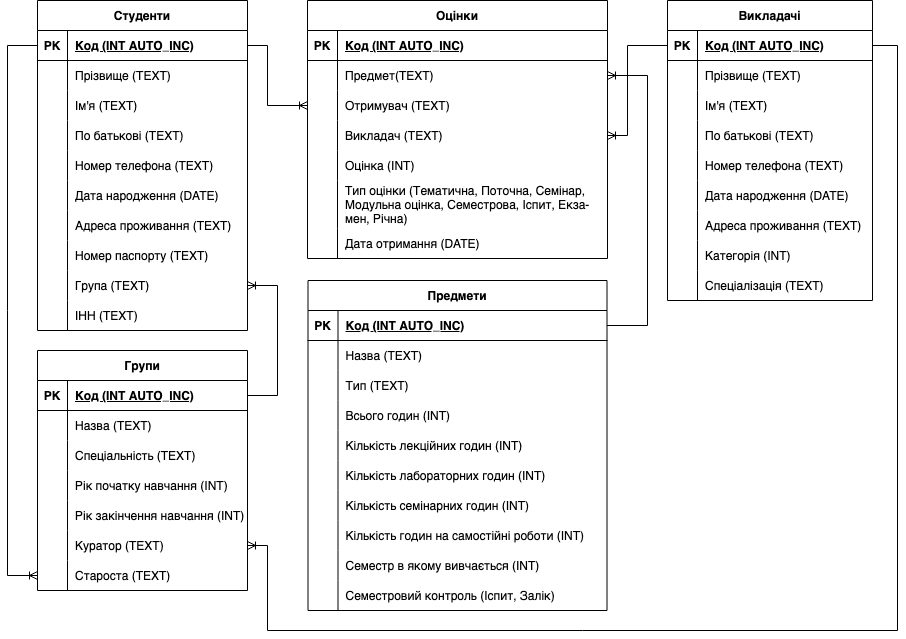
Before: docs/ER-Diagram-With-DataTypes.png, a diagram exported from draw.io (MikeostCorp/Gradify). Source tidied: cells renumbered, new cells last; positions are measured from the earlier drawing's top-left corner, leaving out a move shared by most shapes.
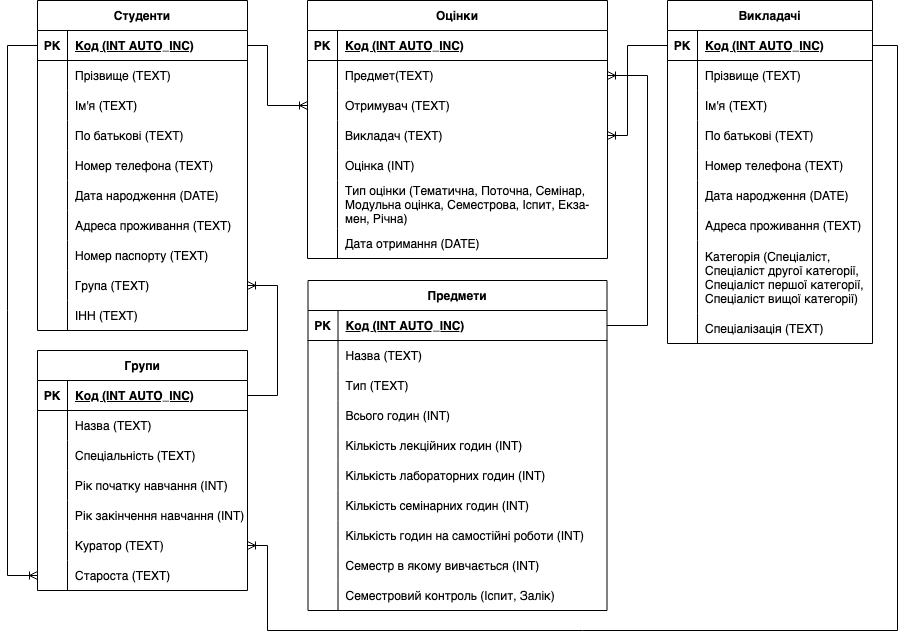
After the change.

Commit message:
upd: new datatypes of table 'Викладачі'

Now field 'Категорія' is SET of strings

The edit, as a diff of the source:
```diff
@@ -162,7 +162,7 @@
       <mxGeometry x="30" width="180" height="30" as="geometry" />
     </mxCell>
     <mxCell id="55" value="Викладачі" style="shape=table;startSize=30;rowLines=0;fontStyle=1;align=center;" parent="1" vertex="1">
-      <mxGeometry x="660" width="205" height="300" as="geometry" />
+      <mxGeometry x="660" width="205" height="343" as="geometry" />
     </mxCell>
     <mxCell id="56" style="shape=tableRow;horizontal=0;startSize=0;swimlaneHead=0;swimlaneBody=0;fillColor=none;points=[[0,0.5],[1,0.5]];portConstraint=eastwest;top=0;left=0;right=0;bottom=1;" parent="55" vertex="1">
       <mxGeometry y="30" width="205" height="30" as="geometry" />
@@ -228,16 +228,16 @@
       <mxGeometry x="30" width="175" height="30" as="geometry" />
     </mxCell>
     <mxCell id="77" style="shape=tableRow;horizontal=0;startSize=0;swimlaneHead=0;swimlaneBody=0;fillColor=none;top=0;left=0;right=0;bottom=0;" parent="55" vertex="1">
-      <mxGeometry y="240" width="205" height="30" as="geometry" />
+      <mxGeometry y="240" width="205" height="73" as="geometry" />
     </mxCell>
     <mxCell id="78" style="shape=partialRectangle;fillColor=none;top=0;left=0;bottom=0;right=0;overflow=hidden;" parent="77" vertex="1">
-      <mxGeometry width="30" height="30" as="geometry" />
+      <mxGeometry width="30" height="73" as="geometry" />
     </mxCell>
-    <mxCell id="79" value="Категорія (INT)" style="shape=partialRectangle;fillColor=none;top=0;left=0;bottom=0;right=0;align=left;spacingLeft=6;overflow=hidden;" parent="77" vertex="1">
-      <mxGeometry x="30" width="175" height="30" as="geometry" />
+    <mxCell id="79" value="Категорія (Спеціаліст, &#10;Спеціаліст другої категорії, &#10;Спеціаліст першої категорії, &#10;Спеціаліст вищої категорії)" style="shape=partialRectangle;fillColor=none;top=0;left=0;bottom=0;right=0;align=left;spacingLeft=6;overflow=hidden;" parent="77" vertex="1">
+      <mxGeometry x="30" width="175" height="73" as="geometry" />
     </mxCell>
     <mxCell id="80" style="shape=tableRow;horizontal=0;startSize=0;swimlaneHead=0;swimlaneBody=0;fillColor=none;top=0;left=0;right=0;bottom=0;" parent="55" vertex="1">
-      <mxGeometry y="270" width="205" height="30" as="geometry" />
+      <mxGeometry y="313" width="205" height="30" as="geometry" />
     </mxCell>
     <mxCell id="81" style="shape=partialRectangle;fillColor=none;top=0;left=0;bottom=0;right=0;overflow=hidden;" parent="80" vertex="1">
       <mxGeometry width="30" height="30" as="geometry" />
```
